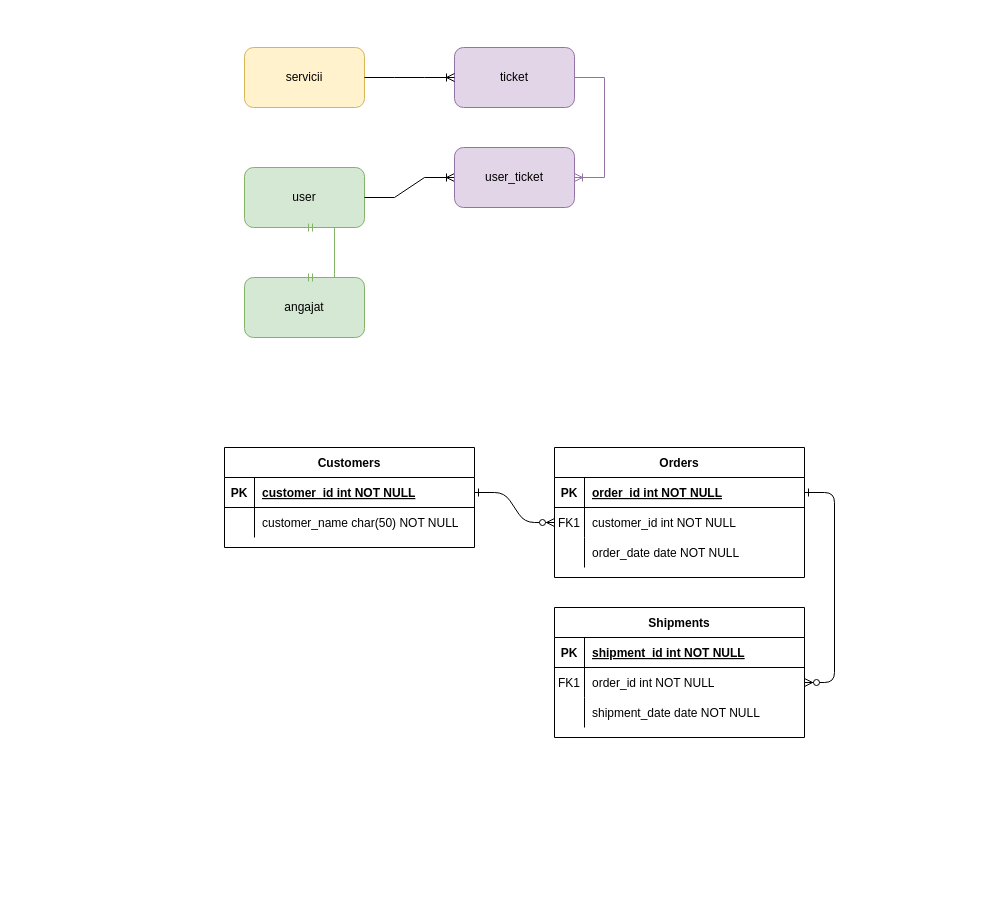
TomaAndreeaCristina/proiect_final keeps this draw.io diagram as Untitled Diagram.drawio. Above is the earlier version. Source tidied: cells renumbered, new cells numbered last; positions are measured from the earlier drawing's top-left corner, leaving out a move shared by most shapes. Both pictures are drawn from the tidied source at 100%, with x=0, y=0 at pixel (224, 47).
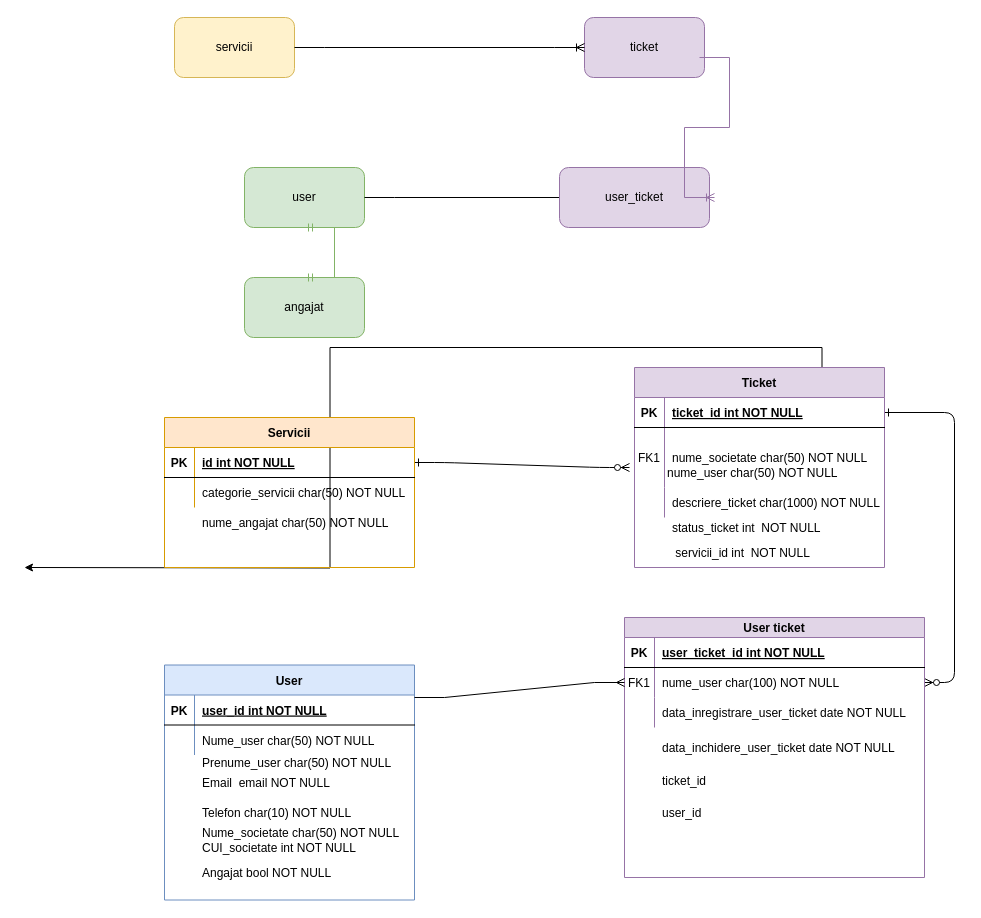
The same page after the edit.

Unchanged cells that the change refers to:
```xml
<mxCell id="5" style="shape=partialRectangle;fillColor=none;points=[[0,0.5],[1,0.5]];portConstraint=eastwest;top=0;left=0;right=0;bottom=1;" parent="4" vertex="1">
  <mxGeometry y="30" width="250" height="30" as="geometry" />
</mxCell>
<mxCell id="25" style="shape=partialRectangle;fillColor=none;points=[[0,0.5],[1,0.5]];portConstraint=eastwest;top=0;left=0;right=0;bottom=1;" parent="24" vertex="1">
  <mxGeometry y="30" width="250" height="30" as="geometry" />
</mxCell>
<mxCell id="28" style="shape=partialRectangle;fillColor=none;top=0;left=0;right=0;bottom=0;" parent="24" vertex="1">
  <mxGeometry y="60" width="250" height="30" as="geometry" />
</mxCell>
```

What changed in the source:
```diff
@@
-    <mxCell id="2" style="edgeStyle=entityRelationEdgeStyle;endArrow=ERzeroToMany;startArrow=ERone;endFill=1;startFill=0;" parent="1" edge="1" source="25" target="8">
-      <mxGeometry relative="1" as="geometry" />
+    <mxCell id="2" style="edgeStyle=entityRelationEdgeStyle;endArrow=ERzeroToMany;startArrow=ERone;endFill=1;startFill=0;exitX=1;exitY=0.5;exitDx=0;exitDy=0;" parent="1" edge="1" source="25">
+      <mxGeometry relative="1" as="geometry">
+        <mxPoint x="405" y="420" as="targetPoint" />
+      </mxGeometry>
     </mxCell>
@@
+    <mxCell id="40" style="edgeStyle=orthogonalEdgeStyle;rounded=0;jettySize=auto;html=1;exitX=0.75;exitY=0;exitDx=0;exitDy=0;" parent="1" edge="1" source="4">
+      <mxGeometry relative="1" as="geometry">
+        <mxPoint x="-200" y="520" as="targetPoint" />
+      </mxGeometry>
+    </mxCell>
-    <mxCell id="4" value="Orders" style="shape=table;startSize=30;childLayout=tableLayout;rowLines=0;fontStyle=1;align=center;" parent="1" vertex="1">
-      <mxGeometry x="330" y="400" width="250" height="130" as="geometry" />
+    <mxCell id="4" value="Ticket" style="shape=table;startSize=30;childLayout=tableLayout;rowLines=0;fontStyle=1;align=center;fillColor=#e1d5e7;strokeColor=#9673a6;" parent="1" vertex="1">
+      <mxGeometry x="410" y="320" width="250" height="200" as="geometry" />
     </mxCell>
@@
-    <mxCell id="7" value="order_id int NOT NULL " style="shape=partialRectangle;overflow=hidden;fillColor=none;top=0;left=0;bottom=0;right=0;align=left;spacingLeft=6;fontStyle=5;" parent="5" vertex="1">
+    <mxCell id="7" value="ticket_id int NOT NULL " style="shape=partialRectangle;overflow=hidden;fillColor=none;top=0;left=0;bottom=0;right=0;align=left;spacingLeft=6;fontStyle=5;" parent="5" vertex="1">
       <mxGeometry x="30" width="220" height="30" as="geometry" />
     </mxCell>
     <mxCell id="8" style="shape=partialRectangle;fillColor=none;points=[[0,0.5],[1,0.5]];portConstraint=eastwest;top=0;left=0;right=0;bottom=0;" parent="4" vertex="1">
-      <mxGeometry y="60" width="250" height="30" as="geometry" />
+      <mxGeometry y="60" width="250" height="60" as="geometry" />
     </mxCell>
     <mxCell id="9" value="FK1" style="shape=partialRectangle;overflow=hidden;fillColor=none;top=0;left=0;bottom=0;right=0;" parent="8" vertex="1">
-      <mxGeometry width="30" height="30" as="geometry" />
+      <mxGeometry width="30" height="60" as="geometry" />
     </mxCell>
-    <mxCell id="10" value="customer_id int NOT NULL" style="shape=partialRectangle;overflow=hidden;fillColor=none;top=0;left=0;bottom=0;right=0;align=left;spacingLeft=6;" parent="8" vertex="1">
-      <mxGeometry x="30" width="220" height="30" as="geometry" />
+    <mxCell id="10" value="nume_societate char(50) NOT NULL" style="shape=partialRectangle;overflow=hidden;fillColor=none;top=0;left=0;bottom=0;right=0;align=left;spacingLeft=6;" parent="8" vertex="1">
+      <mxGeometry x="30" width="220" height="60" as="geometry" />
     </mxCell>
     <mxCell id="11" style="shape=partialRectangle;fillColor=none;top=0;left=0;right=0;bottom=0;" parent="4" vertex="1">
-      <mxGeometry y="90" width="250" height="30" as="geometry" />
+      <mxGeometry y="120" width="250" height="30" as="geometry" />
     </mxCell>
@@
-    <mxCell id="13" value="order_date date NOT NULL" style="shape=partialRectangle;overflow=hidden;fillColor=none;top=0;left=0;bottom=0;right=0;align=left;spacingLeft=6;" parent="11" vertex="1">
+    <mxCell id="13" value="descriere_ticket char(1000) NOT NULL" style="shape=partialRectangle;overflow=hidden;fillColor=none;top=0;left=0;bottom=0;right=0;align=left;spacingLeft=6;" parent="11" vertex="1">
       <mxGeometry x="30" width="220" height="30" as="geometry" />
     </mxCell>
-    <mxCell id="14" value="Shipments" style="shape=table;startSize=30;childLayout=tableLayout;rowLines=0;fontStyle=1;align=center;" parent="1" vertex="1">
-      <mxGeometry x="330" y="560" width="250" height="130" as="geometry" />
+    <mxCell id="14" value="User ticket" style="shape=table;startSize=20;childLayout=tableLayout;rowLines=0;fontStyle=1;align=center;fillColor=#e1d5e7;strokeColor=#9673a6;" parent="1" vertex="1">
+      <mxGeometry x="400" y="570" width="300" height="260" as="geometry" />
     </mxCell>
     <mxCell id="15" style="shape=partialRectangle;fillColor=none;top=0;left=0;right=0;bottom=1;" parent="14" vertex="1">
-      <mxGeometry y="30" width="250" height="30" as="geometry" />
+      <mxGeometry y="20" width="300" height="30" as="geometry" />
     </mxCell>
@@
-    <mxCell id="17" value="shipment_id int NOT NULL " style="shape=partialRectangle;overflow=hidden;fillColor=none;top=0;left=0;bottom=0;right=0;align=left;spacingLeft=6;fontStyle=5;" parent="15" vertex="1">
-      <mxGeometry x="30" width="220" height="30" as="geometry" />
+    <mxCell id="17" value="user_ticket_id int NOT NULL " style="shape=partialRectangle;overflow=hidden;fillColor=none;top=0;left=0;bottom=0;right=0;align=left;spacingLeft=6;fontStyle=5;" parent="15" vertex="1">
+      <mxGeometry x="30" width="270" height="30" as="geometry" />
     </mxCell>
     <mxCell id="18" style="shape=partialRectangle;fillColor=none;points=[[0,0.5],[1,0.5]];portConstraint=eastwest;top=0;left=0;right=0;bottom=0;" parent="14" vertex="1">
-      <mxGeometry y="60" width="250" height="30" as="geometry" />
+      <mxGeometry y="50" width="300" height="30" as="geometry" />
     </mxCell>
@@
-    <mxCell id="20" value="order_id int NOT NULL" style="shape=partialRectangle;overflow=hidden;fillColor=none;top=0;left=0;bottom=0;right=0;align=left;spacingLeft=6;" parent="18" vertex="1">
-      <mxGeometry x="30" width="220" height="30" as="geometry" />
+    <mxCell id="20" value="nume_user char(100) NOT NULL" style="shape=partialRectangle;overflow=hidden;fillColor=none;top=0;left=0;bottom=0;right=0;align=left;spacingLeft=6;" parent="18" vertex="1">
+      <mxGeometry x="30" width="270" height="30" as="geometry" />
     </mxCell>
     <mxCell id="21" style="shape=partialRectangle;fillColor=none;top=0;left=0;right=0;bottom=0;" parent="14" vertex="1">
-      <mxGeometry y="90" width="250" height="30" as="geometry" />
+      <mxGeometry y="80" width="300" height="30" as="geometry" />
     </mxCell>
@@
-    <mxCell id="23" value="shipment_date date NOT NULL" style="shape=partialRectangle;overflow=hidden;fillColor=none;top=0;left=0;bottom=0;right=0;align=left;spacingLeft=6;" parent="21" vertex="1">
-      <mxGeometry x="30" width="220" height="30" as="geometry" />
+    <mxCell id="23" value="data_inregistrare_user_ticket date NOT NULL" style="shape=partialRectangle;overflow=hidden;fillColor=none;top=0;left=0;bottom=0;right=0;align=left;spacingLeft=6;" parent="21" vertex="1">
+      <mxGeometry x="30" width="270" height="30" as="geometry" />
     </mxCell>
-    <mxCell id="24" value="Customers" style="shape=table;startSize=30;childLayout=tableLayout;rowLines=0;fontStyle=1;align=center;" parent="1" vertex="1">
-      <mxGeometry y="400" width="250" height="100" as="geometry" />
+    <mxCell id="24" value="Servicii" style="shape=table;startSize=30;childLayout=tableLayout;rowLines=0;fontStyle=1;align=center;fillColor=#ffe6cc;strokeColor=#d79b00;" parent="1" vertex="1">
+      <mxGeometry x="-60" y="370" width="250" height="150" as="geometry" />
     </mxCell>
@@
-    <mxCell id="27" value="customer_id int NOT NULL " style="shape=partialRectangle;overflow=hidden;fillColor=none;top=0;left=0;bottom=0;right=0;align=left;spacingLeft=6;fontStyle=5;" parent="25" vertex="1">
+    <mxCell id="27" value="id int NOT NULL " style="shape=partialRectangle;overflow=hidden;fillColor=none;top=0;left=0;bottom=0;right=0;align=left;spacingLeft=6;fontStyle=5;" parent="25" vertex="1">
       <mxGeometry x="30" width="220" height="30" as="geometry" />
     </mxCell>
@@
-    <mxCell id="30" value="customer_name char(50) NOT NULL" style="shape=partialRectangle;overflow=hidden;fillColor=none;top=0;left=0;bottom=0;right=0;align=left;spacingLeft=6;" parent="28" vertex="1">
+    <mxCell id="30" style="shape=partialRectangle;overflow=hidden;fillColor=none;top=0;left=0;bottom=0;right=0;align=left;spacingLeft=6;" parent="28" vertex="1">
       <mxGeometry x="30" width="220" height="30" as="geometry" />
     </mxCell>
     <mxCell id="31" value="servicii" style="rounded=1;whiteSpace=wrap;html=1;fillColor=#fff2cc;strokeColor=#d6b656;" parent="1" vertex="1">
-      <mxGeometry x="20" width="120" height="60" as="geometry" />
+      <mxGeometry x="-50" y="-30" width="120" height="60" as="geometry" />
     </mxCell>
     <mxCell id="32" value="ticket" style="rounded=1;whiteSpace=wrap;html=1;fillColor=#e1d5e7;strokeColor=#9673a6;" parent="1" vertex="1">
-      <mxGeometry x="230" width="120" height="60" as="geometry" />
+      <mxGeometry x="360" y="-30" width="120" height="60" as="geometry" />
     </mxCell>
@@
-    <mxCell id="37" value="user_ticket" style="rounded=1;whiteSpace=wrap;html=1;fillColor=#e1d5e7;strokeColor=#9673a6;" parent="1" vertex="1">
-      <mxGeometry x="230" y="100" width="120" height="60" as="geometry" />
+    <mxCell id="37" value="user_ticket" style="rounded=1;whiteSpace=wrap;html=1;fillColor=#e1d5e7;strokeColor=#9673a6;direction=west;" parent="1" vertex="1">
+      <mxGeometry x="335" y="120" width="150" height="60" as="geometry" />
     </mxCell>
-    <mxCell id="38" style="edgeStyle=entityRelationEdgeStyle;fontSize=12;html=1;endArrow=ERoneToMany;rounded=0;exitX=1;exitY=0.5;exitDx=0;exitDy=0;entryX=1;entryY=0.5;entryDx=0;entryDy=0;fillColor=#e1d5e7;strokeColor=#9673a6;" parent="1" edge="1" source="32" target="37">
-      <mxGeometry relative="1" as="geometry" />
+    <mxCell id="38" style="edgeStyle=entityRelationEdgeStyle;fontSize=12;html=1;endArrow=ERoneToMany;rounded=0;exitX=1;exitY=0.5;exitDx=0;exitDy=0;entryX=1;entryY=0.5;entryDx=0;entryDy=0;fillColor=#e1d5e7;strokeColor=#9673a6;" parent="1" edge="1">
+      <mxGeometry relative="1" as="geometry">
+        <mxPoint x="475" y="10" as="sourcePoint" />
+        <mxPoint x="490" y="150" as="targetPoint" />
+        <Array as="points">
+          <mxPoint x="460" y="170" />
+        </Array>
+      </mxGeometry>
     </mxCell>
@@
+    <mxCell id="41" value="categorie_servicii char(50) NOT NULL" style="shape=partialRectangle;overflow=hidden;fillColor=none;top=0;left=0;bottom=0;right=0;align=left;spacingLeft=6;" parent="1" vertex="1">
+      <mxGeometry x="-30" y="430" width="220" height="30" as="geometry" />
+    </mxCell>
+    <mxCell id="42" value="nume_angajat char(50) NOT NULL" style="shape=partialRectangle;overflow=hidden;fillColor=none;top=0;left=0;bottom=0;right=0;align=left;spacingLeft=6;" parent="1" vertex="1">
+      <mxGeometry x="-30" y="460" width="220" height="30" as="geometry" />
+    </mxCell>
+    <mxCell id="43" style="shape=partialRectangle;fillColor=none;top=0;left=0;right=0;bottom=0;" parent="1" vertex="1">
+      <mxGeometry x="420" y="440" width="250" height="30" as="geometry" />
+    </mxCell>
+    <mxCell id="44" style="shape=partialRectangle;overflow=hidden;fillColor=none;top=0;left=0;bottom=0;right=0;" parent="43" vertex="1">
+      <mxGeometry width="30" height="30" as="geometry" />
+    </mxCell>
+    <mxCell id="45" value=" servicii_id int  NOT NULL" style="shape=partialRectangle;overflow=hidden;fillColor=none;top=0;left=0;bottom=0;right=0;align=left;spacingLeft=6;" parent="1" vertex="1">
+      <mxGeometry x="440" y="470" width="195" height="70" as="geometry" />
+    </mxCell>
+    <mxCell id="46" value="nume_user char(50) NOT NULL" style="shape=partialRectangle;overflow=hidden;fillColor=none;top=0;left=0;bottom=0;right=0;align=left;spacingLeft=6;" parent="1" vertex="1">
+      <mxGeometry x="435" y="400" width="220" height="50" as="geometry" />
+    </mxCell>
+    <mxCell id="47" value="ticket_id" style="shape=partialRectangle;overflow=hidden;fillColor=none;top=0;left=0;bottom=0;right=0;align=left;spacingLeft=6;" parent="1" vertex="1">
+      <mxGeometry x="430" y="717.5" width="270" height="30" as="geometry" />
+    </mxCell>
+    <mxCell id="48" value="User" style="shape=table;startSize=30;childLayout=tableLayout;rowLines=0;fontStyle=1;align=center;fillColor=#dae8fc;strokeColor=#6c8ebf;" parent="1" vertex="1">
+      <mxGeometry x="-60" y="617.5" width="250" height="235" as="geometry" />
+    </mxCell>
+    <mxCell id="49" style="shape=partialRectangle;fillColor=none;top=0;left=0;right=0;bottom=1;" parent="48" vertex="1">
+      <mxGeometry y="30" width="250" height="30" as="geometry" />
+    </mxCell>
+    <mxCell id="50" value="PK" style="shape=partialRectangle;overflow=hidden;fillColor=none;top=0;left=0;bottom=0;right=0;fontStyle=1;" parent="49" vertex="1">
+      <mxGeometry width="30" height="30" as="geometry" />
+    </mxCell>
+    <mxCell id="51" value="user_id int NOT NULL " style="shape=partialRectangle;overflow=hidden;fillColor=none;top=0;left=0;bottom=0;right=0;align=left;spacingLeft=6;fontStyle=5;" parent="49" vertex="1">
+      <mxGeometry x="30" width="220" height="30" as="geometry" />
+    </mxCell>
+    <mxCell id="52" style="shape=partialRectangle;fillColor=none;top=0;left=0;right=0;bottom=0;" parent="48" vertex="1">
+      <mxGeometry y="60" width="250" height="30" as="geometry" />
+    </mxCell>
+    <mxCell id="53" style="shape=partialRectangle;overflow=hidden;fillColor=none;top=0;left=0;bottom=0;right=0;" parent="52" vertex="1">
+      <mxGeometry width="30" height="30" as="geometry" />
+    </mxCell>
+    <mxCell id="54" value="Nume_user char(50) NOT NULL" style="shape=partialRectangle;overflow=hidden;fillColor=none;top=0;left=0;bottom=0;right=0;align=left;spacingLeft=6;" parent="52" vertex="1">
+      <mxGeometry x="30" width="220" height="30" as="geometry" />
+    </mxCell>
+    <mxCell id="55" value="Prenume_user char(50) NOT NULL" style="shape=partialRectangle;overflow=hidden;fillColor=none;top=0;left=0;bottom=0;right=0;align=left;spacingLeft=6;" parent="1" vertex="1">
+      <mxGeometry x="-30" y="700" width="220" height="30" as="geometry" />
+    </mxCell>
+    <mxCell id="56" value="Email  email NOT NULL" style="shape=partialRectangle;overflow=hidden;fillColor=none;top=0;left=0;bottom=0;right=0;align=left;spacingLeft=6;" parent="1" vertex="1">
+      <mxGeometry x="-30" y="720" width="220" height="30" as="geometry" />
+    </mxCell>
+    <mxCell id="57" value="Telefon char(10) NOT NULL" style="shape=partialRectangle;overflow=hidden;fillColor=none;top=0;left=0;bottom=0;right=0;align=left;spacingLeft=6;" parent="1" vertex="1">
+      <mxGeometry x="-30" y="750" width="220" height="30" as="geometry" />
+    </mxCell>
+    <mxCell id="58" style="edgeStyle=entityRelationEdgeStyle;fontSize=12;html=1;endArrow=ERmany;rounded=0;entryX=0;entryY=0.5;entryDx=0;entryDy=0;" parent="1" edge="1" target="18">
+      <mxGeometry relative="1" as="geometry">
+        <mxPoint x="190" y="650" as="sourcePoint" />
+      </mxGeometry>
+    </mxCell>
+    <mxCell id="59" value="Nume_societate char(50) NOT NULL" style="shape=partialRectangle;overflow=hidden;fillColor=none;top=0;left=0;bottom=0;right=0;align=left;spacingLeft=6;" parent="1" vertex="1">
+      <mxGeometry x="-30" y="770" width="220" height="30" as="geometry" />
+    </mxCell>
+    <mxCell id="60" value="CUI_societate int NOT NULL" style="shape=partialRectangle;overflow=hidden;fillColor=none;top=0;left=0;bottom=0;right=0;align=left;spacingLeft=6;" parent="1" vertex="1">
+      <mxGeometry x="-30" y="785" width="220" height="30" as="geometry" />
+    </mxCell>
+    <mxCell id="61" value="Angajat bool NOT NULL" style="shape=partialRectangle;overflow=hidden;fillColor=none;top=0;left=0;bottom=0;right=0;align=left;spacingLeft=6;" parent="1" vertex="1">
+      <mxGeometry x="-30" y="810" width="220" height="30" as="geometry" />
+    </mxCell>
+    <mxCell id="62" value="user_id" style="shape=partialRectangle;overflow=hidden;fillColor=none;top=0;left=0;bottom=0;right=0;align=left;spacingLeft=6;" parent="1" vertex="1">
+      <mxGeometry x="430" y="750" width="270" height="30" as="geometry" />
+    </mxCell>
+    <mxCell id="63" value="data_inchidere_user_ticket date NOT NULL" style="shape=partialRectangle;overflow=hidden;fillColor=none;top=0;left=0;bottom=0;right=0;align=left;spacingLeft=6;" parent="1" vertex="1">
+      <mxGeometry x="430" y="685" width="270" height="30" as="geometry" />
+    </mxCell>
+    <mxCell id="64" value="status_ticket int  NOT NULL" style="shape=partialRectangle;overflow=hidden;fillColor=none;top=0;left=0;bottom=0;right=0;align=left;spacingLeft=6;" parent="1" vertex="1">
+      <mxGeometry x="440" y="465" width="220" height="30" as="geometry" />
+    </mxCell>
```
